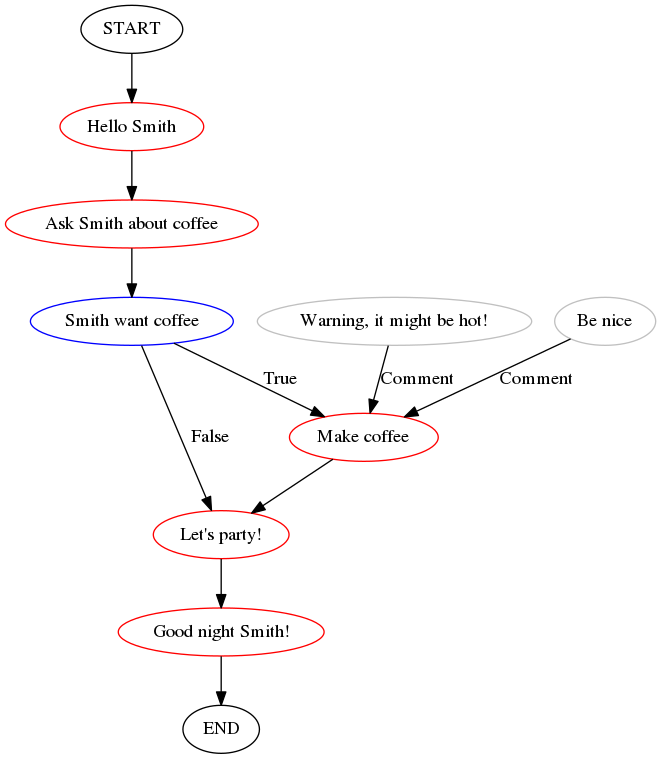
Above: examples/basic_code.png in ad-m/flowgen (Graphviz), before the change. Its source is kept beside it as examples/basic_code.dot.
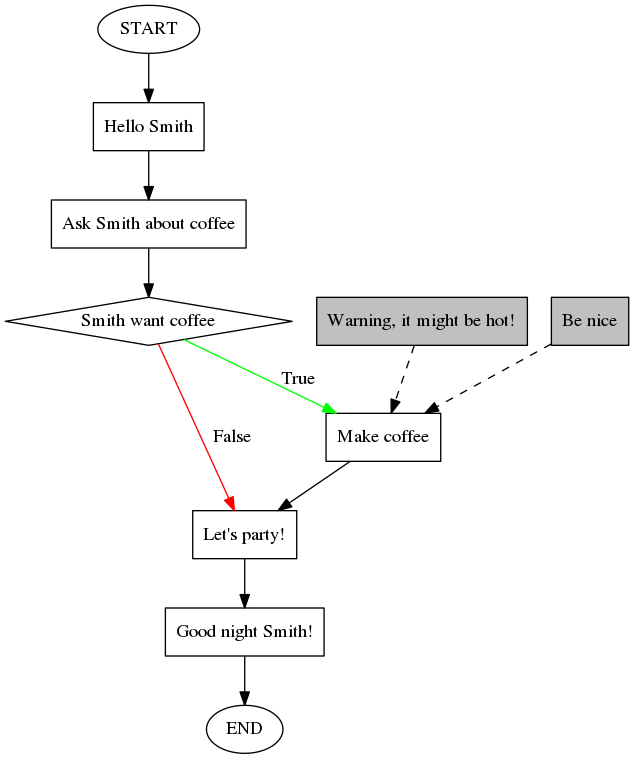
The same file after the commit.

Commit message:
Update style of diagram in examples

Change to the diagram source:
```diff
@@ -1,22 +1,22 @@
 digraph {
-	start [label=START]
-	end [label=END]
-	"Hello Smith" [label="Hello Smith" color=red]
-	"Ask Smith about coffee" [label="Ask Smith about coffee" color=red]
-	"Condition(['Make coffee', 'Warning, it might be hot!'], name=ConditionType('if'))" [label="Smith want coffee" color=blue]
-	"Make coffee" [label="Make coffee" color=red]
-	"Warning, it might be hot!" [label="Warning, it might be hot!" color=gray]
-	"Be nice" [label="Be nice" color=gray]
-	"Let's party!" [label="Let's party!" color=red]
-	"Good night Smith!" [label="Good night Smith!" color=red]
+	start [label=START shape=oval]
+	end [label=END shape=oval]
 		start -> "Hello Smith"
+	"Hello Smith" [label="Hello Smith" shape=box]
 		"Hello Smith" -> "Ask Smith about coffee"
+	"Ask Smith about coffee" [label="Ask Smith about coffee" shape=box]
 		"Ask Smith about coffee" -> "Condition(['Make coffee', 'Warning, it might be hot!'], name=ConditionType('if'))"
-		"Condition(['Make coffee', 'Warning, it might be hot!'], name=ConditionType('if'))" -> "Let's party!" [label=False]
-		"Condition(['Make coffee', 'Warning, it might be hot!'], name=ConditionType('if'))" -> "Make coffee" [label=True]
+	"Condition(['Make coffee', 'Warning, it might be hot!'], name=ConditionType('if'))" [label="Smith want coffee" shape=diamond]
+		"Condition(['Make coffee', 'Warning, it might be hot!'], name=ConditionType('if'))" -> "Let's party!" [label=False color=red]
+		"Condition(['Make coffee', 'Warning, it might be hot!'], name=ConditionType('if'))" -> "Make coffee" [label=True color=green]
+	"Make coffee" [label="Make coffee" shape=box]
 		"Make coffee" -> "Let's party!"
-		"Warning, it might be hot!" -> "Make coffee" [label=Comment]
-		"Be nice" -> "Make coffee" [label=Comment]
+	"Warning, it might be hot!" [label="Warning, it might be hot!" fillcolor=gray shape=box style=filled]
+		"Warning, it might be hot!" -> "Make coffee" [style=dashed]
+	"Be nice" [label="Be nice" fillcolor=gray shape=box style=filled]
+		"Be nice" -> "Make coffee" [style=dashed]
+	"Let's party!" [label="Let's party!" shape=box]
 		"Let's party!" -> "Good night Smith!"
+	"Good night Smith!" [label="Good night Smith!" shape=box]
 		"Good night Smith!" -> end
 }
```
